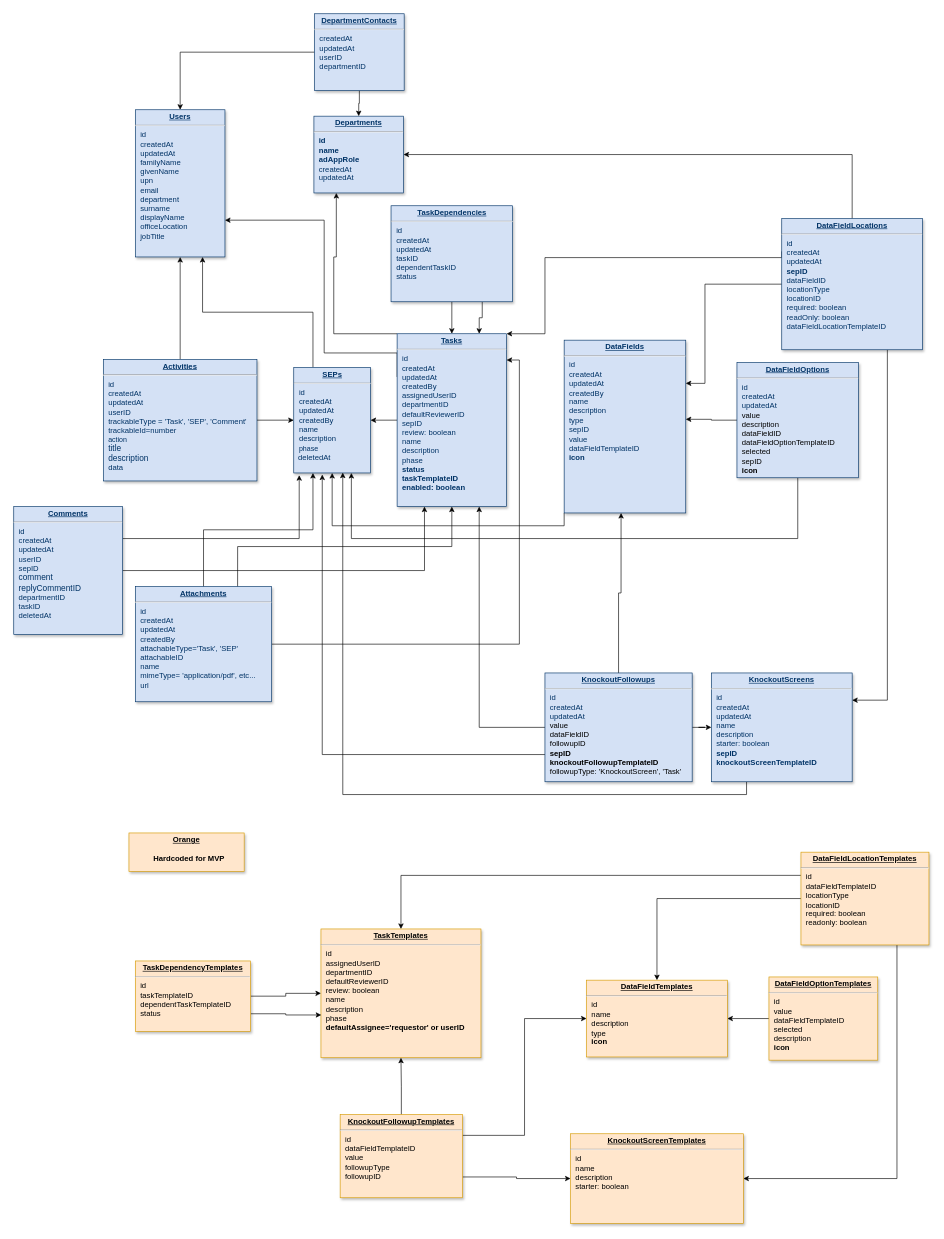
Above: docs/sep-database.drawio.xml in BitCoyote/Solution-Enablement-Process (draw.io), before the change. Source tidied: cells renumbered, new cells numbered last; positions are measured from the earlier drawing's top-left corner, leaving out a move shared by most shapes. Both pictures are drawn from the tidied source at 64%, with x=0, y=0 at pixel (13, 13).
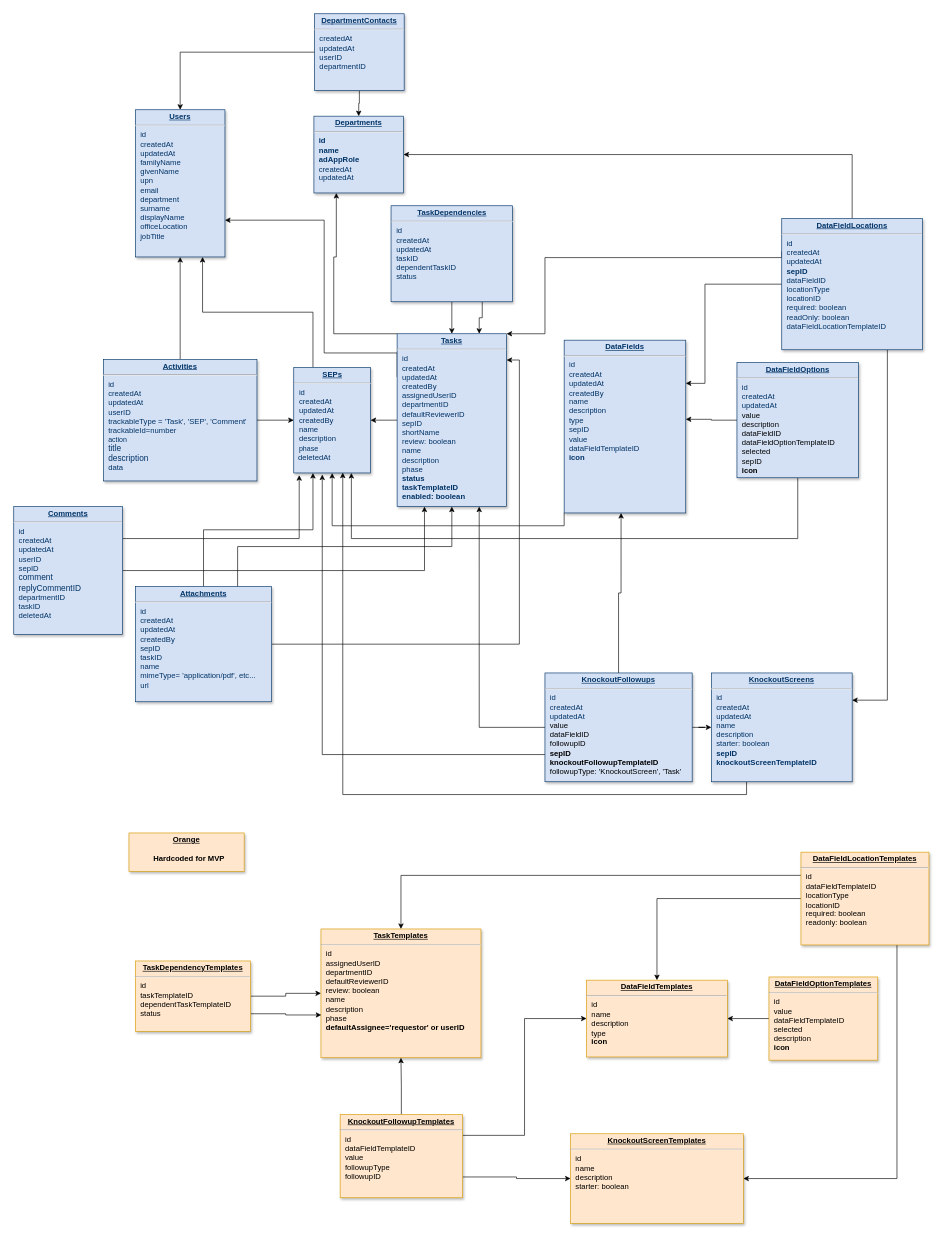
Above is the later version.

What changed in the source:
```diff
@@
-    <mxCell id="8" value="&lt;p style=&quot;text-decoration-line: underline; margin: 4px 0px 0px; text-align: center;&quot;&gt;&lt;strong&gt;Tasks&lt;/strong&gt;&lt;/p&gt;&lt;hr&gt;&lt;p style=&quot;margin: 0px 0px 0px 8px;&quot;&gt;id&lt;/p&gt;&lt;p style=&quot;margin: 0px 0px 0px 8px;&quot;&gt;createdAt&lt;/p&gt;&lt;p style=&quot;margin: 0px 0px 0px 8px;&quot;&gt;updatedAt&lt;/p&gt;&lt;p style=&quot;margin: 0px 0px 0px 8px;&quot;&gt;createdBy&lt;br&gt;&lt;/p&gt;&lt;p style=&quot;margin: 0px 0px 0px 8px;&quot;&gt;assignedUserID&lt;/p&gt;&lt;p style=&quot;margin: 0px 0px 0px 8px;&quot;&gt;&lt;span style=&quot;background-color: initial;&quot;&gt;departmentID&lt;/span&gt;&lt;br&gt;&lt;/p&gt;&lt;p style=&quot;margin: 0px 0px 0px 8px;&quot;&gt;&lt;span style=&quot;background-color: initial;&quot;&gt;defaultReviewerID&lt;/span&gt;&lt;/p&gt;&lt;p style=&quot;margin: 0px 0px 0px 8px;&quot;&gt;&lt;span style=&quot;background-color: initial;&quot;&gt;sepID&lt;/span&gt;&lt;/p&gt;&lt;p style=&quot;margin: 0px 0px 0px 8px;&quot;&gt;&lt;span style=&quot;background-color: initial;&quot;&gt;review: boolean&lt;/span&gt;&lt;br&gt;&lt;/p&gt;&lt;p style=&quot;margin: 0px 0px 0px 8px;&quot;&gt;&lt;span style=&quot;background-color: initial;&quot;&gt;name&lt;/span&gt;&lt;br&gt;&lt;/p&gt;&lt;p style=&quot;margin: 0px 0px 0px 8px;&quot;&gt;&lt;/p&gt;&lt;p style=&quot;margin: 0px 0px 0px 8px;&quot;&gt;description&lt;/p&gt;&lt;p style=&quot;margin: 0px 0px 0px 8px;&quot;&gt;&lt;span style=&quot;background-color: initial;&quot;&gt;phase&lt;/span&gt;&lt;/p&gt;&lt;p style=&quot;margin: 0px 0px 0px 8px;&quot;&gt;&lt;span style=&quot;background-color: initial;&quot;&gt;&lt;b&gt;status&lt;/b&gt;&lt;/span&gt;&lt;/p&gt;&lt;p style=&quot;margin: 0px 0px 0px 8px;&quot;&gt;&lt;b style=&quot;background-color: initial;&quot;&gt;taskTemplateID&lt;/b&gt;&lt;br&gt;&lt;/p&gt;&lt;p style=&quot;margin: 0px 0px 0px 8px;&quot;&gt;&lt;b&gt;&lt;span style=&quot;background-color: initial;&quot;&gt;enabled: boolean&lt;/span&gt;&lt;br&gt;&lt;/b&gt;&lt;/p&gt;&lt;div&gt;&lt;b&gt;&lt;span style=&quot;background-color: initial;&quot;&gt;&lt;br&gt;&lt;/span&gt;&lt;/b&gt;&lt;/div&gt;" style="verticalAlign=top;align=left;overflow=fill;fontSize=12;fontFamily=Helvetica;html=1;strokeColor=#003366;shadow=1;fillColor=#D4E1F5;fontColor=#003366;" parent="1" vertex="1">
+    <mxCell id="8" value="&lt;p style=&quot;text-decoration-line: underline; margin: 4px 0px 0px; text-align: center;&quot;&gt;&lt;strong&gt;Tasks&lt;/strong&gt;&lt;/p&gt;&lt;hr&gt;&lt;p style=&quot;margin: 0px 0px 0px 8px;&quot;&gt;id&lt;/p&gt;&lt;p style=&quot;margin: 0px 0px 0px 8px;&quot;&gt;createdAt&lt;/p&gt;&lt;p style=&quot;margin: 0px 0px 0px 8px;&quot;&gt;updatedAt&lt;/p&gt;&lt;p style=&quot;margin: 0px 0px 0px 8px;&quot;&gt;createdBy&lt;br&gt;&lt;/p&gt;&lt;p style=&quot;margin: 0px 0px 0px 8px;&quot;&gt;assignedUserID&lt;/p&gt;&lt;p style=&quot;margin: 0px 0px 0px 8px;&quot;&gt;&lt;span style=&quot;background-color: initial;&quot;&gt;departmentID&lt;/span&gt;&lt;br&gt;&lt;/p&gt;&lt;p style=&quot;margin: 0px 0px 0px 8px;&quot;&gt;&lt;span style=&quot;background-color: initial;&quot;&gt;defaultReviewerID&lt;/span&gt;&lt;/p&gt;&lt;p style=&quot;margin: 0px 0px 0px 8px;&quot;&gt;&lt;span style=&quot;background-color: initial;&quot;&gt;sepID&lt;/span&gt;&lt;/p&gt;&lt;p style=&quot;margin: 0px 0px 0px 8px;&quot;&gt;&lt;span style=&quot;background-color: initial;&quot;&gt;shortName&lt;/span&gt;&lt;/p&gt;&lt;p style=&quot;margin: 0px 0px 0px 8px;&quot;&gt;&lt;span style=&quot;background-color: initial;&quot;&gt;review: boolean&lt;/span&gt;&lt;br&gt;&lt;/p&gt;&lt;p style=&quot;margin: 0px 0px 0px 8px;&quot;&gt;&lt;span style=&quot;background-color: initial;&quot;&gt;name&lt;/span&gt;&lt;br&gt;&lt;/p&gt;&lt;p style=&quot;margin: 0px 0px 0px 8px;&quot;&gt;&lt;/p&gt;&lt;p style=&quot;margin: 0px 0px 0px 8px;&quot;&gt;description&lt;/p&gt;&lt;p style=&quot;margin: 0px 0px 0px 8px;&quot;&gt;&lt;span style=&quot;background-color: initial;&quot;&gt;phase&lt;/span&gt;&lt;/p&gt;&lt;p style=&quot;margin: 0px 0px 0px 8px;&quot;&gt;&lt;span style=&quot;background-color: initial;&quot;&gt;&lt;b&gt;status&lt;/b&gt;&lt;/span&gt;&lt;/p&gt;&lt;p style=&quot;margin: 0px 0px 0px 8px;&quot;&gt;&lt;b style=&quot;background-color: initial;&quot;&gt;taskTemplateID&lt;/b&gt;&lt;br&gt;&lt;/p&gt;&lt;p style=&quot;margin: 0px 0px 0px 8px;&quot;&gt;&lt;b&gt;&lt;span style=&quot;background-color: initial;&quot;&gt;enabled: boolean&lt;/span&gt;&lt;br&gt;&lt;/b&gt;&lt;/p&gt;&lt;div&gt;&lt;b&gt;&lt;span style=&quot;background-color: initial;&quot;&gt;&lt;br&gt;&lt;/span&gt;&lt;/b&gt;&lt;/div&gt;" style="verticalAlign=top;align=left;overflow=fill;fontSize=12;fontFamily=Helvetica;html=1;strokeColor=#003366;shadow=1;fillColor=#D4E1F5;fontColor=#003366;" parent="1" vertex="1">
       <mxGeometry x="599" y="500" width="171" height="270" as="geometry" />
     </mxCell>
@@
-    <mxCell id="12" value="&lt;p style=&quot;margin: 0px; margin-top: 4px; text-align: center; text-decoration: underline;&quot;&gt;&lt;strong&gt;Attachments&lt;/strong&gt;&lt;/p&gt;&lt;hr&gt;&lt;p style=&quot;margin: 0px; margin-left: 8px;&quot;&gt;id&lt;/p&gt;&lt;p style=&quot;margin: 0px; margin-left: 8px;&quot;&gt;createdAt&lt;/p&gt;&lt;p style=&quot;margin: 0px; margin-left: 8px;&quot;&gt;updatedAt&lt;/p&gt;&lt;p style=&quot;margin: 0px; margin-left: 8px;&quot;&gt;createdBy&lt;/p&gt;&lt;p style=&quot;margin: 0px; margin-left: 8px;&quot;&gt;attachableType='Task', 'SEP'&lt;/p&gt;&lt;p style=&quot;margin: 0px; margin-left: 8px;&quot;&gt;attachableID&lt;/p&gt;&lt;p style=&quot;margin: 0px; margin-left: 8px;&quot;&gt;name&lt;/p&gt;&lt;p style=&quot;margin: 0px; margin-left: 8px;&quot;&gt;mimeType= 'application/pdf', etc...&lt;/p&gt;&lt;p style=&quot;margin: 0px; margin-left: 8px;&quot;&gt;url&lt;/p&gt;" style="verticalAlign=top;align=left;overflow=fill;fontSize=12;fontFamily=Helvetica;html=1;strokeColor=#003366;shadow=1;fillColor=#D4E1F5;fontColor=#003366;" parent="1" vertex="1">
+    <mxCell id="12" value="&lt;p style=&quot;margin: 0px; margin-top: 4px; text-align: center; text-decoration: underline;&quot;&gt;&lt;strong&gt;Attachments&lt;/strong&gt;&lt;/p&gt;&lt;hr&gt;&lt;p style=&quot;margin: 0px; margin-left: 8px;&quot;&gt;id&lt;/p&gt;&lt;p style=&quot;margin: 0px; margin-left: 8px;&quot;&gt;createdAt&lt;/p&gt;&lt;p style=&quot;margin: 0px; margin-left: 8px;&quot;&gt;updatedAt&lt;/p&gt;&lt;p style=&quot;margin: 0px; margin-left: 8px;&quot;&gt;createdBy&lt;/p&gt;&lt;p style=&quot;margin: 0px; margin-left: 8px;&quot;&gt;sepID&lt;/p&gt;&lt;p style=&quot;margin: 0px; margin-left: 8px;&quot;&gt;&lt;span style=&quot;background-color: initial;&quot;&gt;taskID&lt;/span&gt;&lt;/p&gt;&lt;p style=&quot;margin: 0px; margin-left: 8px;&quot;&gt;&lt;span style=&quot;background-color: initial;&quot;&gt;name&lt;/span&gt;&lt;br&gt;&lt;/p&gt;&lt;p style=&quot;margin: 0px; margin-left: 8px;&quot;&gt;mimeType= 'application/pdf', etc...&lt;/p&gt;&lt;p style=&quot;margin: 0px; margin-left: 8px;&quot;&gt;url&lt;/p&gt;" style="verticalAlign=top;align=left;overflow=fill;fontSize=12;fontFamily=Helvetica;html=1;strokeColor=#003366;shadow=1;fillColor=#D4E1F5;fontColor=#003366;" parent="1" vertex="1">
       <mxGeometry x="190" y="895" width="213" height="180" as="geometry" />
     </mxCell>
```
